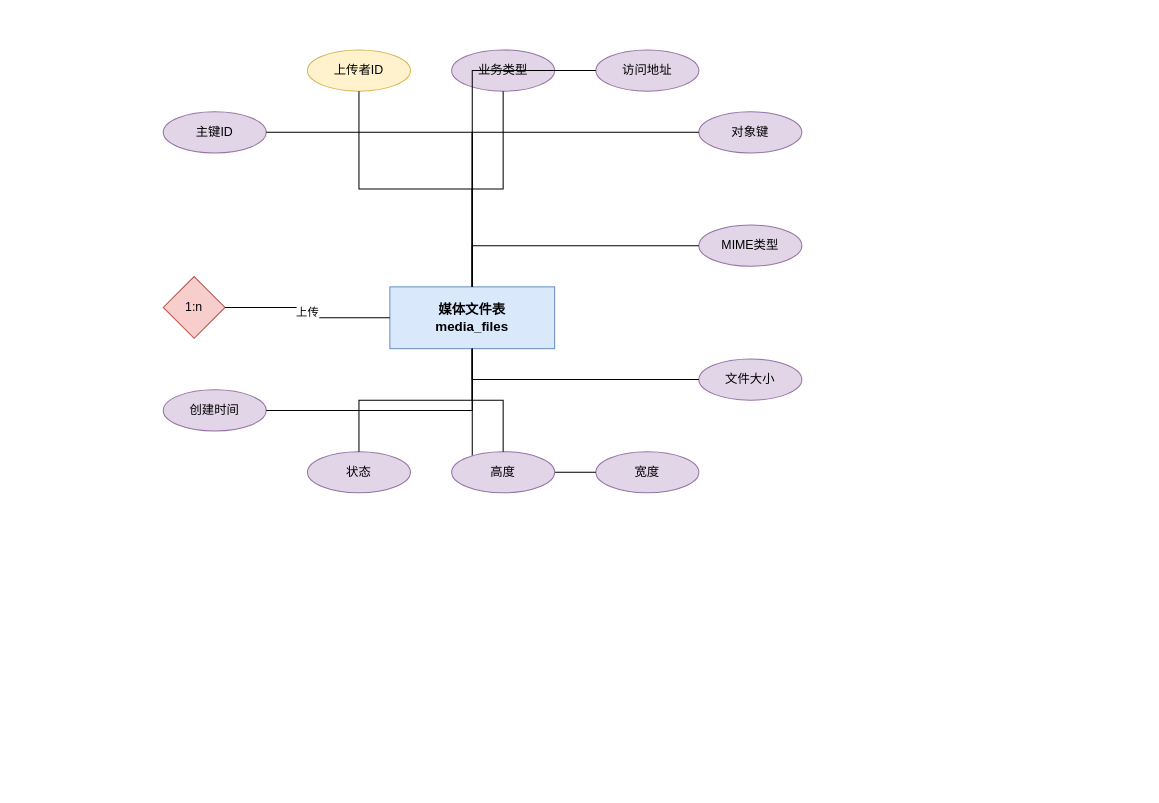
Before: DOCS/architecture-diagrams/sources/媒体文件表.drawio in 612cs/TrailQuest, a draw.io diagram. Source tidied: cells renumbered, new cells numbered last; positions are measured from the earlier drawing's top-left corner, leaving out a move shared by most shapes. Both pictures are drawn from the tidied source at 103%, with x=0, y=0 at pixel (163, 49).
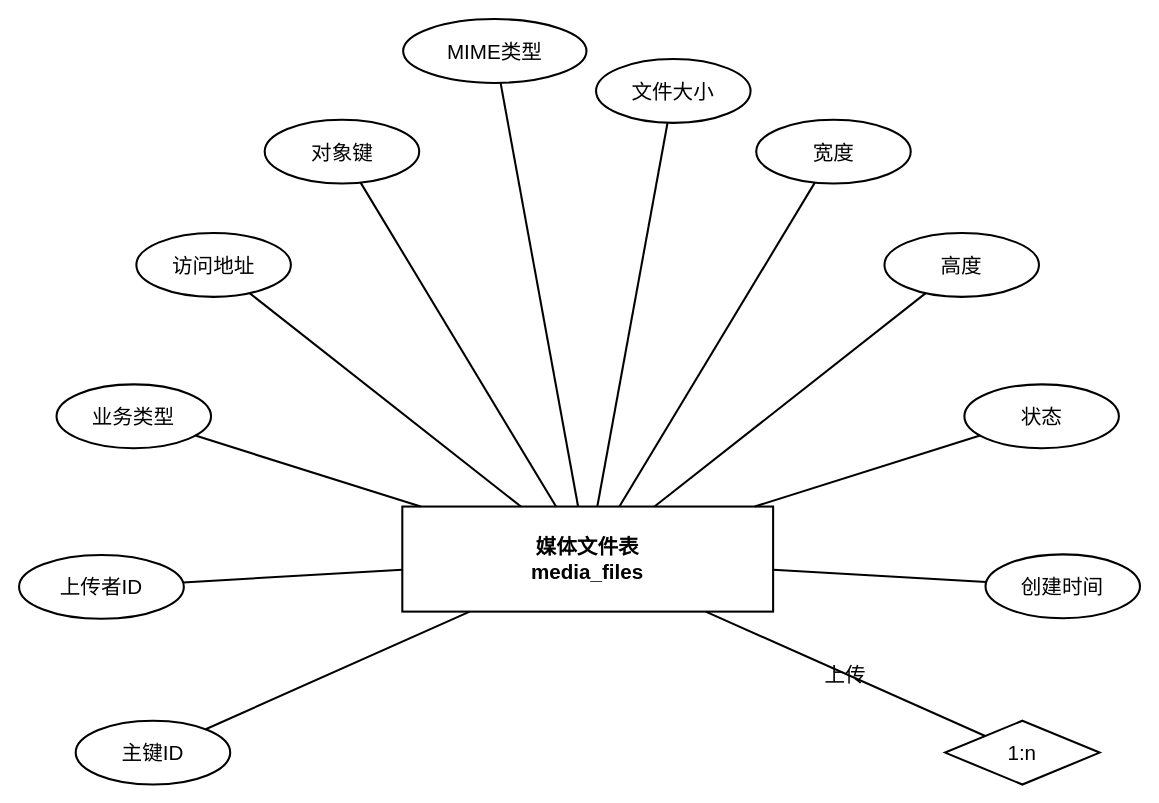
The same page after the edit.

Diff of the diagram source:
```diff
@@
-    <mxCell id="2" value="媒体文件表&#10;media_files" style="rounded=0;whiteSpace=wrap;html=1;fillColor=#dae8fc;strokeColor=#6c8ebf;fontSize=13;fontStyle=1;" parent="1" vertex="1">
-      <mxGeometry x="220" y="230" width="160" height="60" as="geometry" />
+    <mxCell id="2" value="媒体文件表&#10;media_files" style="rounded=0;whiteSpace=wrap;html=1;fillColor=none;strokeColor=#000000;fontSize=20;fontStyle=1;gradientColor=none;fontColor=#000000;strokeWidth=2;shadow=0;glass=0;" parent="1" vertex="1">
+      <mxGeometry x="232.1" y="443.3" width="360" height="102" as="geometry" />
     </mxCell>
-    <mxCell id="3" value="主键ID" style="ellipse;whiteSpace=wrap;html=1;fillColor=#e1d5e7;strokeColor=#9673a6;" parent="1" vertex="1">
-      <mxGeometry y="60" width="100" height="40" as="geometry" />
+    <mxCell id="3" value="主键ID" style="ellipse;whiteSpace=wrap;html=1;fillColor=none;strokeColor=#000000;gradientColor=none;fontColor=#000000;fontSize=20;strokeWidth=2;shadow=0;glass=0;" parent="1" vertex="1">
+      <mxGeometry x="-85" y="651.2" width="150" height="62" as="geometry" />
     </mxCell>
-    <mxCell id="4" style="edgeStyle=orthogonalEdgeStyle;rounded=0;jettySize=auto;html=1;endArrow=none;endFill=0;" parent="1" edge="1" source="3" target="2">
+    <mxCell id="4" style="rounded=0;html=1;endArrow=none;endFill=0;strokeColor=#000000;strokeWidth=2;" parent="1" edge="1" source="3" target="2">
       <mxGeometry relative="1" as="geometry" />
     </mxCell>
-    <mxCell id="5" value="上传者ID" style="ellipse;whiteSpace=wrap;html=1;fillColor=#fff2cc;strokeColor=#d6b656;" parent="1" vertex="1">
-      <mxGeometry x="140" width="100" height="40" as="geometry" />
+    <mxCell id="5" value="上传者ID" style="ellipse;whiteSpace=wrap;html=1;fillColor=none;strokeColor=#000000;gradientColor=none;fontColor=#000000;fontSize=20;strokeWidth=2;shadow=0;glass=0;" parent="1" vertex="1">
+      <mxGeometry x="-140" y="490.3" width="160" height="62" as="geometry" />
     </mxCell>
-    <mxCell id="6" style="edgeStyle=orthogonalEdgeStyle;rounded=0;jettySize=auto;html=1;endArrow=none;endFill=0;" parent="1" edge="1" source="5" target="2">
+    <mxCell id="6" style="rounded=0;html=1;endArrow=none;endFill=0;strokeColor=#000000;strokeWidth=2;" parent="1" edge="1" source="5" target="2">
       <mxGeometry relative="1" as="geometry" />
     </mxCell>
-    <mxCell id="7" value="业务类型" style="ellipse;whiteSpace=wrap;html=1;fillColor=#e1d5e7;strokeColor=#9673a6;" parent="1" vertex="1">
-      <mxGeometry x="280" width="100" height="40" as="geometry" />
+    <mxCell id="7" value="业务类型" style="ellipse;whiteSpace=wrap;html=1;fillColor=none;strokeColor=#000000;gradientColor=none;fontColor=#000000;fontSize=20;strokeWidth=2;shadow=0;glass=0;" parent="1" vertex="1">
+      <mxGeometry x="-103.6" y="324.7" width="150" height="62" as="geometry" />
     </mxCell>
-    <mxCell id="8" style="edgeStyle=orthogonalEdgeStyle;rounded=0;jettySize=auto;html=1;endArrow=none;endFill=0;" parent="1" edge="1" source="7" target="2">
+    <mxCell id="8" style="rounded=0;html=1;endArrow=none;endFill=0;strokeColor=#000000;strokeWidth=2;" parent="1" edge="1" source="7" target="2">
       <mxGeometry relative="1" as="geometry" />
     </mxCell>
-    <mxCell id="9" value="访问地址" style="ellipse;whiteSpace=wrap;html=1;fillColor=#e1d5e7;strokeColor=#9673a6;" parent="1" vertex="1">
-      <mxGeometry x="420" width="100" height="40" as="geometry" />
+    <mxCell id="9" value="访问地址" style="ellipse;whiteSpace=wrap;html=1;fillColor=none;strokeColor=#000000;gradientColor=none;fontColor=#000000;fontSize=20;strokeWidth=2;shadow=0;glass=0;" parent="1" vertex="1">
+      <mxGeometry x="-26.1" y="177.7" width="150" height="62" as="geometry" />
     </mxCell>
-    <mxCell id="10" style="edgeStyle=orthogonalEdgeStyle;rounded=0;jettySize=auto;html=1;endArrow=none;endFill=0;" parent="1" edge="1" source="9" target="2">
+    <mxCell id="10" style="rounded=0;html=1;endArrow=none;endFill=0;strokeColor=#000000;strokeWidth=2;" parent="1" edge="1" source="9" target="2">
       <mxGeometry relative="1" as="geometry" />
     </mxCell>
-    <mxCell id="11" value="对象键" style="ellipse;whiteSpace=wrap;html=1;fillColor=#e1d5e7;strokeColor=#9673a6;" parent="1" vertex="1">
-      <mxGeometry x="520" y="60" width="100" height="40" as="geometry" />
+    <mxCell id="11" value="对象键" style="ellipse;whiteSpace=wrap;html=1;fillColor=none;strokeColor=#000000;gradientColor=none;fontColor=#000000;fontSize=20;strokeWidth=2;shadow=0;glass=0;" parent="1" vertex="1">
+      <mxGeometry x="98.5" y="67.7" width="150" height="62" as="geometry" />
     </mxCell>
-    <mxCell id="12" style="edgeStyle=orthogonalEdgeStyle;rounded=0;jettySize=auto;html=1;endArrow=none;endFill=0;" parent="1" edge="1" source="11" target="2">
+    <mxCell id="12" style="rounded=0;html=1;endArrow=none;endFill=0;strokeColor=#000000;strokeWidth=2;" parent="1" edge="1" source="11" target="2">
       <mxGeometry relative="1" as="geometry" />
     </mxCell>
-    <mxCell id="13" value="MIME类型" style="ellipse;whiteSpace=wrap;html=1;fillColor=#e1d5e7;strokeColor=#9673a6;" parent="1" vertex="1">
-      <mxGeometry x="520" y="170" width="100" height="40" as="geometry" />
+    <mxCell id="13" value="MIME类型" style="ellipse;whiteSpace=wrap;html=1;fillColor=none;strokeColor=#000000;gradientColor=none;fontColor=#000000;fontSize=20;strokeWidth=2;shadow=0;glass=0;" parent="1" vertex="1">
+      <mxGeometry x="232.9" y="-30" width="178" height="62" as="geometry" />
     </mxCell>
-    <mxCell id="14" style="edgeStyle=orthogonalEdgeStyle;rounded=0;jettySize=auto;html=1;endArrow=none;endFill=0;" parent="1" edge="1" source="13" target="2">
+    <mxCell id="14" style="rounded=0;html=1;endArrow=none;endFill=0;strokeColor=#000000;strokeWidth=2;" parent="1" edge="1" source="13" target="2">
       <mxGeometry relative="1" as="geometry" />
     </mxCell>
-    <mxCell id="15" value="文件大小" style="ellipse;whiteSpace=wrap;html=1;fillColor=#e1d5e7;strokeColor=#9673a6;" parent="1" vertex="1">
-      <mxGeometry x="520" y="300" width="100" height="40" as="geometry" />
+    <mxCell id="15" value="文件大小" style="ellipse;whiteSpace=wrap;html=1;fillColor=none;strokeColor=#000000;gradientColor=none;fontColor=#000000;fontSize=20;strokeWidth=2;shadow=0;glass=0;" parent="1" vertex="1">
+      <mxGeometry x="420.2" y="8.8" width="150" height="62" as="geometry" />
     </mxCell>
-    <mxCell id="16" style="edgeStyle=orthogonalEdgeStyle;rounded=0;jettySize=auto;html=1;endArrow=none;endFill=0;" parent="1" edge="1" source="15" target="2">
+    <mxCell id="16" style="rounded=0;html=1;endArrow=none;endFill=0;strokeColor=#000000;strokeWidth=2;" parent="1" edge="1" source="15" target="2">
       <mxGeometry relative="1" as="geometry" />
     </mxCell>
-    <mxCell id="17" value="宽度" style="ellipse;whiteSpace=wrap;html=1;fillColor=#e1d5e7;strokeColor=#9673a6;" parent="1" vertex="1">
-      <mxGeometry x="420" y="390" width="100" height="40" as="geometry" />
+    <mxCell id="17" value="宽度" style="ellipse;whiteSpace=wrap;html=1;fillColor=none;strokeColor=#000000;gradientColor=none;fontColor=#000000;fontSize=20;strokeWidth=2;shadow=0;glass=0;" parent="1" vertex="1">
+      <mxGeometry x="575.7" y="67.7" width="150" height="62" as="geometry" />
     </mxCell>
-    <mxCell id="18" style="edgeStyle=orthogonalEdgeStyle;rounded=0;jettySize=auto;html=1;endArrow=none;endFill=0;" parent="1" edge="1" source="17" target="2">
+    <mxCell id="18" style="rounded=0;html=1;endArrow=none;endFill=0;strokeColor=#000000;strokeWidth=2;" parent="1" edge="1" source="17" target="2">
       <mxGeometry relative="1" as="geometry" />
     </mxCell>
-    <mxCell id="19" value="高度" style="ellipse;whiteSpace=wrap;html=1;fillColor=#e1d5e7;strokeColor=#9673a6;" parent="1" vertex="1">
-      <mxGeometry x="280" y="390" width="100" height="40" as="geometry" />
+    <mxCell id="19" value="高度" style="ellipse;whiteSpace=wrap;html=1;fillColor=none;strokeColor=#000000;gradientColor=none;fontColor=#000000;fontSize=20;strokeWidth=2;shadow=0;glass=0;" parent="1" vertex="1">
+      <mxGeometry x="700.2" y="177.7" width="150" height="62" as="geometry" />
     </mxCell>
-    <mxCell id="20" style="edgeStyle=orthogonalEdgeStyle;rounded=0;jettySize=auto;html=1;endArrow=none;endFill=0;" parent="1" edge="1" source="19" target="2">
+    <mxCell id="20" style="rounded=0;html=1;endArrow=none;endFill=0;strokeColor=#000000;strokeWidth=2;" parent="1" edge="1" source="19" target="2">
       <mxGeometry relative="1" as="geometry" />
     </mxCell>
-    <mxCell id="21" value="状态" style="ellipse;whiteSpace=wrap;html=1;fillColor=#e1d5e7;strokeColor=#9673a6;" parent="1" vertex="1">
-      <mxGeometry x="140" y="390" width="100" height="40" as="geometry" />
+    <mxCell id="21" value="状态" style="ellipse;whiteSpace=wrap;html=1;fillColor=none;strokeColor=#000000;gradientColor=none;fontColor=#000000;fontSize=20;strokeWidth=2;shadow=0;glass=0;" parent="1" vertex="1">
+      <mxGeometry x="777.8" y="324.7" width="150" height="62" as="geometry" />
     </mxCell>
-    <mxCell id="22" style="edgeStyle=orthogonalEdgeStyle;rounded=0;jettySize=auto;html=1;endArrow=none;endFill=0;" parent="1" edge="1" source="21" target="2">
+    <mxCell id="22" style="rounded=0;html=1;endArrow=none;endFill=0;strokeColor=#000000;strokeWidth=2;" parent="1" edge="1" source="21" target="2">
       <mxGeometry relative="1" as="geometry" />
     </mxCell>
-    <mxCell id="23" value="创建时间" style="ellipse;whiteSpace=wrap;html=1;fillColor=#e1d5e7;strokeColor=#9673a6;" parent="1" vertex="1">
-      <mxGeometry y="330" width="100" height="40" as="geometry" />
+    <mxCell id="23" value="创建时间" style="ellipse;whiteSpace=wrap;html=1;fillColor=none;strokeColor=#000000;gradientColor=none;fontColor=#000000;fontSize=20;strokeWidth=2;shadow=0;glass=0;" parent="1" vertex="1">
+      <mxGeometry x="798.3" y="489.7" width="150" height="62" as="geometry" />
     </mxCell>
-    <mxCell id="24" style="edgeStyle=orthogonalEdgeStyle;rounded=0;jettySize=auto;html=1;endArrow=none;endFill=0;" parent="1" edge="1" source="23" target="2">
+    <mxCell id="24" style="rounded=0;html=1;endArrow=none;endFill=0;strokeColor=#000000;strokeWidth=2;" parent="1" edge="1" source="23" target="2">
       <mxGeometry relative="1" as="geometry" />
     </mxCell>
-    <mxCell id="25" value="1:n" style="rhombus;whiteSpace=wrap;html=1;fillColor=#f8cecc;strokeColor=#b85450;fontSize=12;" parent="1" vertex="1">
-      <mxGeometry y="220" width="60" height="60" as="geometry" />
+    <mxCell id="25" value="1:n" style="rhombus;whiteSpace=wrap;html=1;fillColor=none;strokeColor=#000000;fontSize=20;gradientColor=none;fontColor=#000000;strokeWidth=2;shadow=0;glass=0;" parent="1" vertex="1">
+      <mxGeometry x="759.1" y="651.2" width="150" height="62" as="geometry" />
     </mxCell>
-    <mxCell id="26" value="上传" style="edgeStyle=orthogonalEdgeStyle;rounded=0;jettySize=auto;html=1;endArrow=none;endFill=0;fontSize=11;" parent="1" edge="1" source="25" target="2">
+    <mxCell id="26" value="上传" style="rounded=0;html=1;endArrow=none;endFill=0;fontSize=20;strokeColor=#000000;strokeWidth=2;fontColor=#000000;fontFamily=Arial;labelBackgroundColor=none;fillColor=none;gradientColor=none;shadow=0;" parent="1" edge="1" source="25" target="2">
       <mxGeometry relative="1" as="geometry" />
     </mxCell>
```
